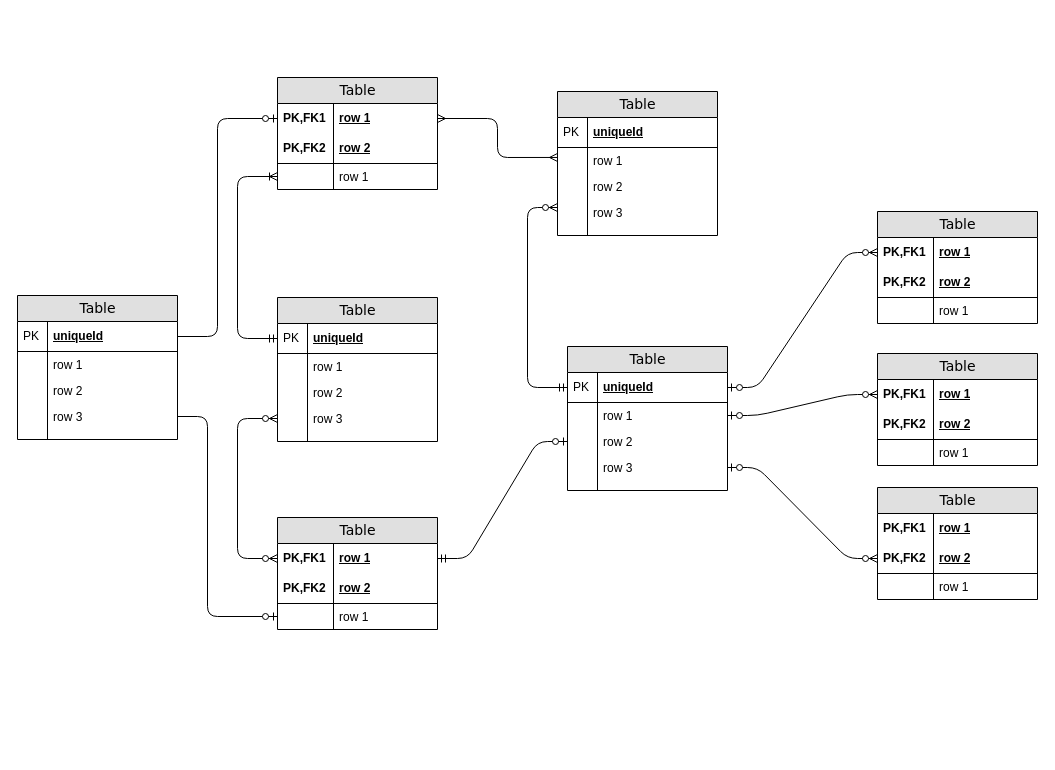
This is react-course-by-colt-from-sam/bugzilla-entity-relationship.drawio from samuelsalomonv/diagrams, a draw.io file, before an edit. Source tidied: cells renumbered, new cells numbered last; positions are measured from the earlier drawing's top-left corner, leaving out a move shared by most shapes. Both pictures are drawn from the tidied source at 100%, with x=0, y=0 at pixel (17, 77).
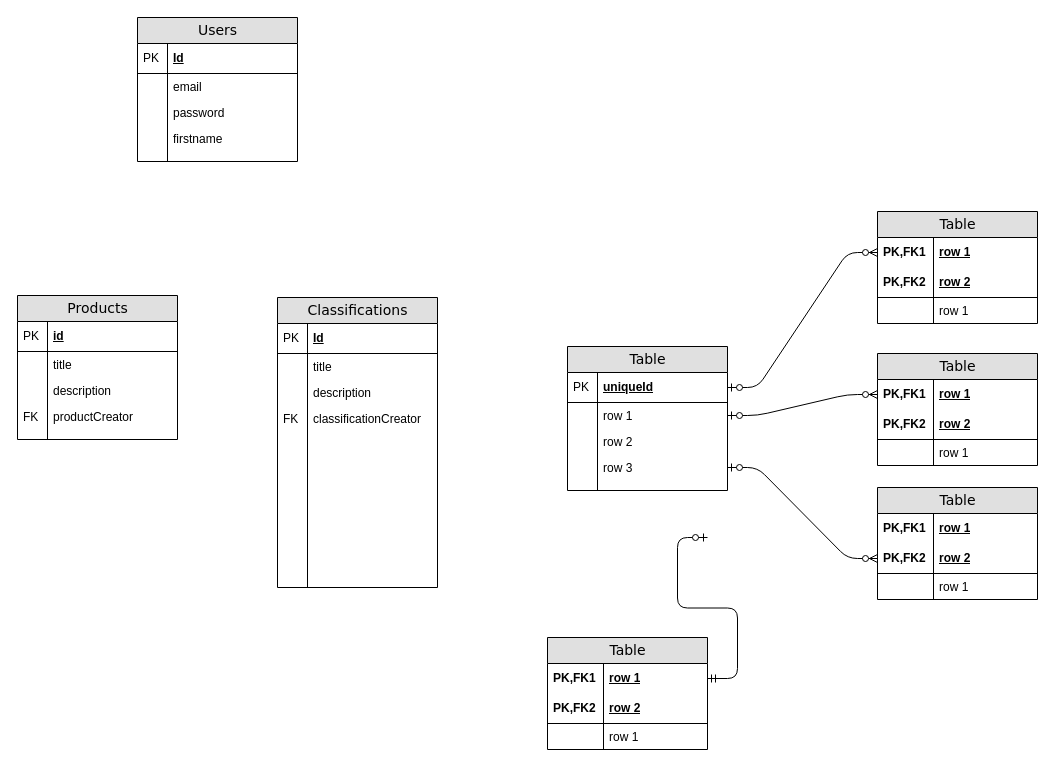
The same diagram, later.

The change refers to these unchanged cells:
```xml
<mxCell id="32" value="uniqueId" style="shape=partialRectangle;top=0;left=0;right=0;bottom=1;html=1;align=left;verticalAlign=middle;fillColor=none;spacingLeft=34;spacingRight=4;whiteSpace=wrap;overflow=hidden;points=[[0,0.5],[1,0.5]];portConstraint=eastwest;fontStyle=5;" parent="31" vertex="1">
  <mxGeometry y="26" width="160" height="30" as="geometry" />
</mxCell>
<mxCell id="36" value="row 2" style="shape=partialRectangle;top=0;left=0;right=0;bottom=0;html=1;align=left;verticalAlign=top;fillColor=none;spacingLeft=34;spacingRight=4;whiteSpace=wrap;overflow=hidden;points=[[0,0.5],[1,0.5]];portConstraint=eastwest;" parent="31" vertex="1">
  <mxGeometry y="82" width="160" height="26" as="geometry" />
</mxCell>
<mxCell id="50" value="row 1" style="shape=partialRectangle;top=0;left=0;right=0;bottom=0;html=1;align=left;verticalAlign=middle;fillColor=none;spacingLeft=60;spacingRight=4;whiteSpace=wrap;overflow=hidden;points=[[0,0.5],[1,0.5]];portConstraint=eastwest;fontStyle=5;" parent="49" vertex="1">
  <mxGeometry y="26" width="160" height="30" as="geometry" />
</mxCell>
<mxCell id="54" value="row 1" style="shape=partialRectangle;top=0;left=0;right=0;bottom=0;html=1;align=left;verticalAlign=top;fillColor=none;spacingLeft=60;spacingRight=4;whiteSpace=wrap;overflow=hidden;points=[[0,0.5],[1,0.5]];portConstraint=eastwest;" parent="49" vertex="1">
  <mxGeometry y="86" width="160" height="26" as="geometry" />
</mxCell>
```

What changed in the source:
```diff
@@
-    <mxCell id="2" value="Table" style="swimlane;html=1;fontStyle=0;horizontal=1;startSize=26;fillColor=#e0e0e0;swimlaneFillColor=#ffffff;align=center;rounded=0;shadow=0;comic=0;labelBackgroundColor=none;strokeWidth=1;fontFamily=Verdana;fontSize=14;" parent="1" vertex="1">
-      <mxGeometry x="260" width="160" height="112" as="geometry" />
-    </mxCell>
-    <mxCell id="3" value="row 1" style="shape=partialRectangle;top=0;left=0;right=0;bottom=0;html=1;align=left;verticalAlign=middle;fillColor=none;spacingLeft=60;spacingRight=4;whiteSpace=wrap;overflow=hidden;points=[[0,0.5],[1,0.5]];portConstraint=eastwest;fontStyle=5;" parent="2" vertex="1">
-      <mxGeometry y="26" width="160" height="30" as="geometry" />
-    </mxCell>
-    <mxCell id="4" value="PK,FK1" style="shape=partialRectangle;fontStyle=1;top=0;left=0;bottom=0;html=1;fillColor=none;align=left;verticalAlign=middle;spacingLeft=4;spacingRight=4;whiteSpace=wrap;overflow=hidden;" parent="3" vertex="1">
-      <mxGeometry width="56" height="30" as="geometry" />
-    </mxCell>
-    <mxCell id="5" value="row 2" style="shape=partialRectangle;top=0;left=0;right=0;bottom=1;html=1;align=left;verticalAlign=middle;fillColor=none;spacingLeft=60;spacingRight=4;whiteSpace=wrap;overflow=hidden;fontStyle=5;" parent="2" vertex="1">
-      <mxGeometry y="56" width="160" height="30" as="geometry" />
-    </mxCell>
-    <mxCell id="6" value="PK,FK2" style="shape=partialRectangle;fontStyle=1;top=0;left=0;bottom=0;html=1;fillColor=none;align=left;verticalAlign=middle;spacingLeft=4;spacingRight=4;whiteSpace=wrap;overflow=hidden;" parent="5" vertex="1">
-      <mxGeometry width="56" height="30" as="geometry" />
-    </mxCell>
-    <mxCell id="7" value="row 1" style="shape=partialRectangle;top=0;left=0;right=0;bottom=0;html=1;align=left;verticalAlign=top;fillColor=none;spacingLeft=60;spacingRight=4;whiteSpace=wrap;overflow=hidden;points=[[0,0.5],[1,0.5]];portConstraint=eastwest;" parent="2" vertex="1">
-      <mxGeometry y="86" width="160" height="26" as="geometry" />
-    </mxCell>
-    <mxCell id="8" style="shape=partialRectangle;top=0;left=0;bottom=0;html=1;fillColor=none;align=left;verticalAlign=top;spacingLeft=4;spacingRight=4;whiteSpace=wrap;overflow=hidden;" parent="7" vertex="1">
-      <mxGeometry width="56" height="26" as="geometry" />
-    </mxCell>
-    <mxCell id="9" value="Table" style="swimlane;html=1;fontStyle=0;horizontal=1;startSize=26;fillColor=#e0e0e0;swimlaneFillColor=#ffffff;align=center;rounded=0;shadow=0;comic=0;labelBackgroundColor=none;strokeWidth=1;fontFamily=Verdana;fontSize=14;swimlaneLine=1;" parent="1" vertex="1">
-      <mxGeometry x="540" y="14" width="160" height="144" as="geometry" />
+    <mxCell id="9" value="Users" style="swimlane;html=1;fontStyle=0;horizontal=1;startSize=26;fillColor=#e0e0e0;swimlaneFillColor=#ffffff;align=center;rounded=0;shadow=0;comic=0;labelBackgroundColor=none;strokeWidth=1;fontFamily=Verdana;fontSize=14;swimlaneLine=1;" parent="1" vertex="1">
+      <mxGeometry x="120" y="-60" width="160" height="144" as="geometry" />
     </mxCell>
-    <mxCell id="10" value="uniqueId" style="shape=partialRectangle;top=0;left=0;right=0;bottom=1;html=1;align=left;verticalAlign=middle;fillColor=none;spacingLeft=34;spacingRight=4;whiteSpace=wrap;overflow=hidden;fontStyle=5;" parent="9" vertex="1">
+    <mxCell id="10" value="Id" style="shape=partialRectangle;top=0;left=0;right=0;bottom=1;html=1;align=left;verticalAlign=middle;fillColor=none;spacingLeft=34;spacingRight=4;whiteSpace=wrap;overflow=hidden;fontStyle=5;" parent="9" vertex="1">
       <mxGeometry y="26" width="160" height="30" as="geometry" />
     </mxCell>
@@
-    <mxCell id="12" value="row 1" style="shape=partialRectangle;top=0;left=0;right=0;bottom=0;html=1;align=left;verticalAlign=top;fillColor=none;spacingLeft=34;spacingRight=4;whiteSpace=wrap;overflow=hidden;points=[[0,0.5],[1,0.5]];portConstraint=eastwest;" parent="9" vertex="1">
+    <mxCell id="12" value="email" style="shape=partialRectangle;top=0;left=0;right=0;bottom=0;html=1;align=left;verticalAlign=top;fillColor=none;spacingLeft=34;spacingRight=4;whiteSpace=wrap;overflow=hidden;points=[[0,0.5],[1,0.5]];portConstraint=eastwest;" parent="9" vertex="1">
       <mxGeometry y="56" width="160" height="26" as="geometry" />
     </mxCell>
@@
-    <mxCell id="14" value="row 2" style="shape=partialRectangle;top=0;left=0;right=0;bottom=0;html=1;align=left;verticalAlign=top;fillColor=none;spacingLeft=34;spacingRight=4;whiteSpace=wrap;overflow=hidden;" parent="9" vertex="1">
+    <mxCell id="14" value="password" style="shape=partialRectangle;top=0;left=0;right=0;bottom=0;html=1;align=left;verticalAlign=top;fillColor=none;spacingLeft=34;spacingRight=4;whiteSpace=wrap;overflow=hidden;" parent="9" vertex="1">
       <mxGeometry y="82" width="160" height="26" as="geometry" />
     </mxCell>
@@
-    <mxCell id="16" value="row 3" style="shape=partialRectangle;top=0;left=0;right=0;bottom=0;html=1;align=left;verticalAlign=top;fillColor=none;spacingLeft=34;spacingRight=4;whiteSpace=wrap;overflow=hidden;points=[[0,0.5],[1,0.5]];portConstraint=eastwest;" parent="9" vertex="1">
+    <mxCell id="16" value="firstname" style="shape=partialRectangle;top=0;left=0;right=0;bottom=0;html=1;align=left;verticalAlign=top;fillColor=none;spacingLeft=34;spacingRight=4;whiteSpace=wrap;overflow=hidden;points=[[0,0.5],[1,0.5]];portConstraint=eastwest;" parent="9" vertex="1">
       <mxGeometry y="108" width="160" height="26" as="geometry" />
     </mxCell>
@@
-    <mxCell id="20" value="Table" style="swimlane;html=1;fontStyle=0;horizontal=1;startSize=26;fillColor=#e0e0e0;swimlaneFillColor=#ffffff;align=center;rounded=0;shadow=0;comic=0;labelBackgroundColor=none;strokeWidth=1;fontFamily=Verdana;fontSize=14;" parent="1" vertex="1">
-      <mxGeometry x="260" y="220" width="160" height="144" as="geometry" />
+    <mxCell id="20" value="Classifications" style="swimlane;html=1;fontStyle=0;horizontal=1;startSize=26;fillColor=#e0e0e0;swimlaneFillColor=#ffffff;align=center;rounded=0;shadow=0;comic=0;labelBackgroundColor=none;strokeWidth=1;fontFamily=Verdana;fontSize=14;" parent="1" vertex="1">
+      <mxGeometry x="260" y="220" width="160" height="290" as="geometry" />
     </mxCell>
-    <mxCell id="21" value="uniqueId" style="shape=partialRectangle;top=0;left=0;right=0;bottom=1;html=1;align=left;verticalAlign=middle;fillColor=none;spacingLeft=34;spacingRight=4;whiteSpace=wrap;overflow=hidden;points=[[0,0.5],[1,0.5]];portConstraint=eastwest;fontStyle=5;" parent="20" vertex="1">
+    <mxCell id="21" value="Id" style="shape=partialRectangle;top=0;left=0;right=0;bottom=1;html=1;align=left;verticalAlign=middle;fillColor=none;spacingLeft=34;spacingRight=4;whiteSpace=wrap;overflow=hidden;points=[[0,0.5],[1,0.5]];portConstraint=eastwest;fontStyle=5;" parent="20" vertex="1">
       <mxGeometry y="26" width="160" height="30" as="geometry" />
     </mxCell>
@@
-    <mxCell id="23" value="row 1" style="shape=partialRectangle;top=0;left=0;right=0;bottom=0;html=1;align=left;verticalAlign=top;fillColor=none;spacingLeft=34;spacingRight=4;whiteSpace=wrap;overflow=hidden;" parent="20" vertex="1">
+    <mxCell id="23" value="title" style="shape=partialRectangle;top=0;left=0;right=0;bottom=0;html=1;align=left;verticalAlign=top;fillColor=none;spacingLeft=34;spacingRight=4;whiteSpace=wrap;overflow=hidden;" parent="20" vertex="1">
       <mxGeometry y="56" width="160" height="26" as="geometry" />
     </mxCell>
@@
-    <mxCell id="25" value="row 2" style="shape=partialRectangle;top=0;left=0;right=0;bottom=0;html=1;align=left;verticalAlign=top;fillColor=none;spacingLeft=34;spacingRight=4;whiteSpace=wrap;overflow=hidden;" parent="20" vertex="1">
+    <mxCell id="25" value="description" style="shape=partialRectangle;top=0;left=0;right=0;bottom=0;html=1;align=left;verticalAlign=top;fillColor=none;spacingLeft=34;spacingRight=4;whiteSpace=wrap;overflow=hidden;" parent="20" vertex="1">
       <mxGeometry y="82" width="160" height="26" as="geometry" />
     </mxCell>
@@
-    <mxCell id="27" value="row 3" style="shape=partialRectangle;top=0;left=0;right=0;bottom=0;html=1;align=left;verticalAlign=top;fillColor=none;spacingLeft=34;spacingRight=4;whiteSpace=wrap;overflow=hidden;points=[[0,0.5],[1,0.5]];portConstraint=eastwest;" parent="20" vertex="1">
+    <mxCell id="27" value="classificationCreator" style="shape=partialRectangle;top=0;left=0;right=0;bottom=0;html=1;align=left;verticalAlign=top;fillColor=none;spacingLeft=34;spacingRight=4;whiteSpace=wrap;overflow=hidden;points=[[0,0.5],[1,0.5]];portConstraint=eastwest;" parent="20" vertex="1">
       <mxGeometry y="108" width="160" height="26" as="geometry" />
     </mxCell>
-    <mxCell id="28" style="shape=partialRectangle;top=0;left=0;bottom=0;html=1;fillColor=none;align=left;verticalAlign=top;spacingLeft=4;spacingRight=4;whiteSpace=wrap;overflow=hidden;" parent="27" vertex="1">
+    <mxCell id="28" value="FK" style="shape=partialRectangle;top=0;left=0;bottom=0;html=1;fillColor=none;align=left;verticalAlign=top;spacingLeft=4;spacingRight=4;whiteSpace=wrap;overflow=hidden;" parent="27" vertex="1">
       <mxGeometry width="30" height="26" as="geometry" />
     </mxCell>
+    <mxCell id="91" style="shape=partialRectangle;top=0;left=0;right=0;bottom=0;html=1;align=left;verticalAlign=top;fillColor=none;spacingLeft=34;spacingRight=4;whiteSpace=wrap;overflow=hidden;" parent="20" vertex="1">
+      <mxGeometry y="134" width="160" height="136" as="geometry" />
+    </mxCell>
+    <mxCell id="92" style="shape=partialRectangle;top=0;left=0;bottom=0;html=1;fillColor=none;align=left;verticalAlign=top;spacingLeft=4;spacingRight=4;whiteSpace=wrap;overflow=hidden;" parent="91" vertex="1">
+      <mxGeometry width="30" height="136" as="geometry" />
+    </mxCell>
     <mxCell id="29" style="shape=partialRectangle;top=0;left=0;right=0;bottom=0;html=1;align=left;verticalAlign=top;fillColor=none;spacingLeft=34;spacingRight=4;whiteSpace=wrap;overflow=hidden;" parent="20" vertex="1">
-      <mxGeometry y="134" width="160" height="10" as="geometry" />
+      <mxGeometry y="270" width="160" height="20" as="geometry" />
     </mxCell>
     <mxCell id="30" style="shape=partialRectangle;top=0;left=0;bottom=0;html=1;fillColor=none;align=left;verticalAlign=top;spacingLeft=4;spacingRight=4;whiteSpace=wrap;overflow=hidden;" parent="29" vertex="1">
-      <mxGeometry width="30" height="10" as="geometry" />
+      <mxGeometry width="30" height="20" as="geometry" />
     </mxCell>
@@
     <mxCell id="49" value="Table" style="swimlane;html=1;fontStyle=0;horizontal=1;startSize=26;fillColor=#e0e0e0;swimlaneFillColor=#ffffff;align=center;rounded=0;shadow=0;comic=0;labelBackgroundColor=none;strokeWidth=1;fontFamily=Verdana;fontSize=14;" parent="1" vertex="1">
-      <mxGeometry x="260" y="440" width="160" height="112" as="geometry" />
+      <mxGeometry x="530" y="560" width="160" height="112" as="geometry" />
     </mxCell>
@@
-    <mxCell id="56" style="edgeStyle=orthogonalEdgeStyle;html=1;endArrow=ERoneToMany;startArrow=ERmandOne;labelBackgroundColor=none;fontFamily=Verdana;fontSize=14;entryX=0;entryY=0.5;exitX=0;exitY=0.5;" parent="1" edge="1" source="21" target="7">
-      <mxGeometry relative="1" as="geometry">
-        <Array as="points">
-          <mxPoint x="220" y="261" />
-          <mxPoint x="220" y="99" />
-        </Array>
-      </mxGeometry>
-    </mxCell>
-    <mxCell id="57" style="edgeStyle=orthogonalEdgeStyle;html=1;endArrow=ERzeroToMany;endFill=1;startArrow=ERzeroToMany;labelBackgroundColor=none;fontFamily=Verdana;fontSize=14;entryX=0;entryY=0.5;exitX=0;exitY=0.5;" parent="1" edge="1" source="50" target="27">
-      <mxGeometry relative="1" as="geometry">
-        <Array as="points">
-          <mxPoint x="220" y="481" />
-          <mxPoint x="220" y="341" />
-        </Array>
-      </mxGeometry>
-    </mxCell>
-    <mxCell id="58" style="edgeStyle=orthogonalEdgeStyle;html=1;endArrow=ERmany;startArrow=ERmany;labelBackgroundColor=none;fontFamily=Verdana;fontSize=14;entryX=1;entryY=0.5;exitX=0;exitY=0.383;exitPerimeter=0;" parent="1" edge="1" source="12" target="3">
-      <mxGeometry relative="1" as="geometry">
-        <Array as="points">
-          <mxPoint x="480" y="80" />
-          <mxPoint x="480" y="41" />
-        </Array>
-      </mxGeometry>
-    </mxCell>
-    <mxCell id="59" style="edgeStyle=orthogonalEdgeStyle;html=1;endArrow=ERzeroToMany;startArrow=ERmandOne;labelBackgroundColor=none;fontFamily=Verdana;fontSize=14;entryX=0;entryY=0.308;entryPerimeter=0;exitX=0;exitY=0.5;" parent="1" edge="1" source="32" target="16">
-      <mxGeometry relative="1" as="geometry">
-        <Array as="points">
-          <mxPoint x="510" y="310" />
-          <mxPoint x="510" y="130" />
-        </Array>
-      </mxGeometry>
-    </mxCell>
-    <mxCell id="60" style="edgeStyle=entityRelationEdgeStyle;html=1;endArrow=ERzeroToOne;startArrow=ERmandOne;labelBackgroundColor=none;fontFamily=Verdana;fontSize=14;exitX=1;exitY=0.5;entryX=0;entryY=0.5;" parent="1" edge="1" source="50" target="36">
-      <mxGeometry relative="1" as="geometry" />
+    <mxCell id="60" style="edgeStyle=entityRelationEdgeStyle;html=1;endArrow=ERzeroToOne;startArrow=ERmandOne;labelBackgroundColor=none;fontFamily=Verdana;fontSize=14;exitX=1;exitY=0.5;entryX=0;entryY=0.5;" parent="1" edge="1" source="50">
+      <mxGeometry relative="1" as="geometry">
+        <mxPoint x="690" y="460" as="targetPoint" />
+      </mxGeometry>
     </mxCell>
@@
-    <mxCell id="78" value="Table" style="swimlane;html=1;fontStyle=0;horizontal=1;startSize=26;fillColor=#e0e0e0;swimlaneFillColor=#ffffff;align=center;rounded=0;shadow=0;comic=0;labelBackgroundColor=none;strokeWidth=1;fontFamily=Verdana;fontSize=14;" parent="1" vertex="1">
+    <mxCell id="78" value="Products" style="swimlane;html=1;fontStyle=0;horizontal=1;startSize=26;fillColor=#e0e0e0;swimlaneFillColor=#ffffff;align=center;rounded=0;shadow=0;comic=0;labelBackgroundColor=none;strokeWidth=1;fontFamily=Verdana;fontSize=14;" parent="1" vertex="1">
       <mxGeometry y="218" width="160" height="144" as="geometry" />
     </mxCell>
-    <mxCell id="79" value="uniqueId" style="shape=partialRectangle;top=0;left=0;right=0;bottom=1;html=1;align=left;verticalAlign=middle;fillColor=none;spacingLeft=34;spacingRight=4;whiteSpace=wrap;overflow=hidden;points=[[0,0.5],[1,0.5]];portConstraint=eastwest;fontStyle=5;" parent="78" vertex="1">
+    <mxCell id="79" value="id" style="shape=partialRectangle;top=0;left=0;right=0;bottom=1;html=1;align=left;verticalAlign=middle;fillColor=none;spacingLeft=34;spacingRight=4;whiteSpace=wrap;overflow=hidden;points=[[0,0.5],[1,0.5]];portConstraint=eastwest;fontStyle=5;" parent="78" vertex="1">
       <mxGeometry y="26" width="160" height="30" as="geometry" />
     </mxCell>
@@
-    <mxCell id="81" value="row 1" style="shape=partialRectangle;top=0;left=0;right=0;bottom=0;html=1;align=left;verticalAlign=top;fillColor=none;spacingLeft=34;spacingRight=4;whiteSpace=wrap;overflow=hidden;" parent="78" vertex="1">
+    <mxCell id="81" value="title" style="shape=partialRectangle;top=0;left=0;right=0;bottom=0;html=1;align=left;verticalAlign=top;fillColor=none;spacingLeft=34;spacingRight=4;whiteSpace=wrap;overflow=hidden;" parent="78" vertex="1">
       <mxGeometry y="56" width="160" height="26" as="geometry" />
     </mxCell>
@@
-    <mxCell id="83" value="row 2" style="shape=partialRectangle;top=0;left=0;right=0;bottom=0;html=1;align=left;verticalAlign=top;fillColor=none;spacingLeft=34;spacingRight=4;whiteSpace=wrap;overflow=hidden;" parent="78" vertex="1">
+    <mxCell id="83" value="description" style="shape=partialRectangle;top=0;left=0;right=0;bottom=0;html=1;align=left;verticalAlign=top;fillColor=none;spacingLeft=34;spacingRight=4;whiteSpace=wrap;overflow=hidden;" parent="78" vertex="1">
       <mxGeometry y="82" width="160" height="26" as="geometry" />
     </mxCell>
@@
-    <mxCell id="85" value="row 3" style="shape=partialRectangle;top=0;left=0;right=0;bottom=0;html=1;align=left;verticalAlign=top;fillColor=none;spacingLeft=34;spacingRight=4;whiteSpace=wrap;overflow=hidden;points=[[0,0.5],[1,0.5]];portConstraint=eastwest;" parent="78" vertex="1">
+    <mxCell id="85" value="productCreator" style="shape=partialRectangle;top=0;left=0;right=0;bottom=0;html=1;align=left;verticalAlign=top;fillColor=none;spacingLeft=34;spacingRight=4;whiteSpace=wrap;overflow=hidden;points=[[0,0.5],[1,0.5]];portConstraint=eastwest;" parent="78" vertex="1">
       <mxGeometry y="108" width="160" height="26" as="geometry" />
     </mxCell>
-    <mxCell id="86" style="shape=partialRectangle;top=0;left=0;bottom=0;html=1;fillColor=none;align=left;verticalAlign=top;spacingLeft=4;spacingRight=4;whiteSpace=wrap;overflow=hidden;" parent="85" vertex="1">
+    <mxCell id="86" value="FK" style="shape=partialRectangle;top=0;left=0;bottom=0;html=1;fillColor=none;align=left;verticalAlign=top;spacingLeft=4;spacingRight=4;whiteSpace=wrap;overflow=hidden;" parent="85" vertex="1">
       <mxGeometry width="30" height="26" as="geometry" />
     </mxCell>
@@
-    <mxCell id="89" style="edgeStyle=orthogonalEdgeStyle;html=1;endArrow=ERzeroToOne;endFill=1;labelBackgroundColor=none;fontFamily=Verdana;fontSize=14;entryX=0;entryY=0.5;exitX=1;exitY=0.5;" parent="1" edge="1" source="79" target="3">
-      <mxGeometry relative="1" as="geometry">
-        <Array as="points">
-          <mxPoint x="200" y="259" />
-          <mxPoint x="200" y="41" />
-        </Array>
-      </mxGeometry>
-    </mxCell>
-    <mxCell id="90" style="edgeStyle=orthogonalEdgeStyle;html=1;endArrow=ERzeroToOne;endFill=1;labelBackgroundColor=none;fontFamily=Verdana;fontSize=14;entryX=0;entryY=0.5;exitX=1;exitY=0.5;" parent="1" edge="1" source="85" target="54">
-      <mxGeometry relative="1" as="geometry">
-        <Array as="points">
-          <mxPoint x="190" y="339" />
-          <mxPoint x="190" y="539" />
-        </Array>
-      </mxGeometry>
-    </mxCell>
```
